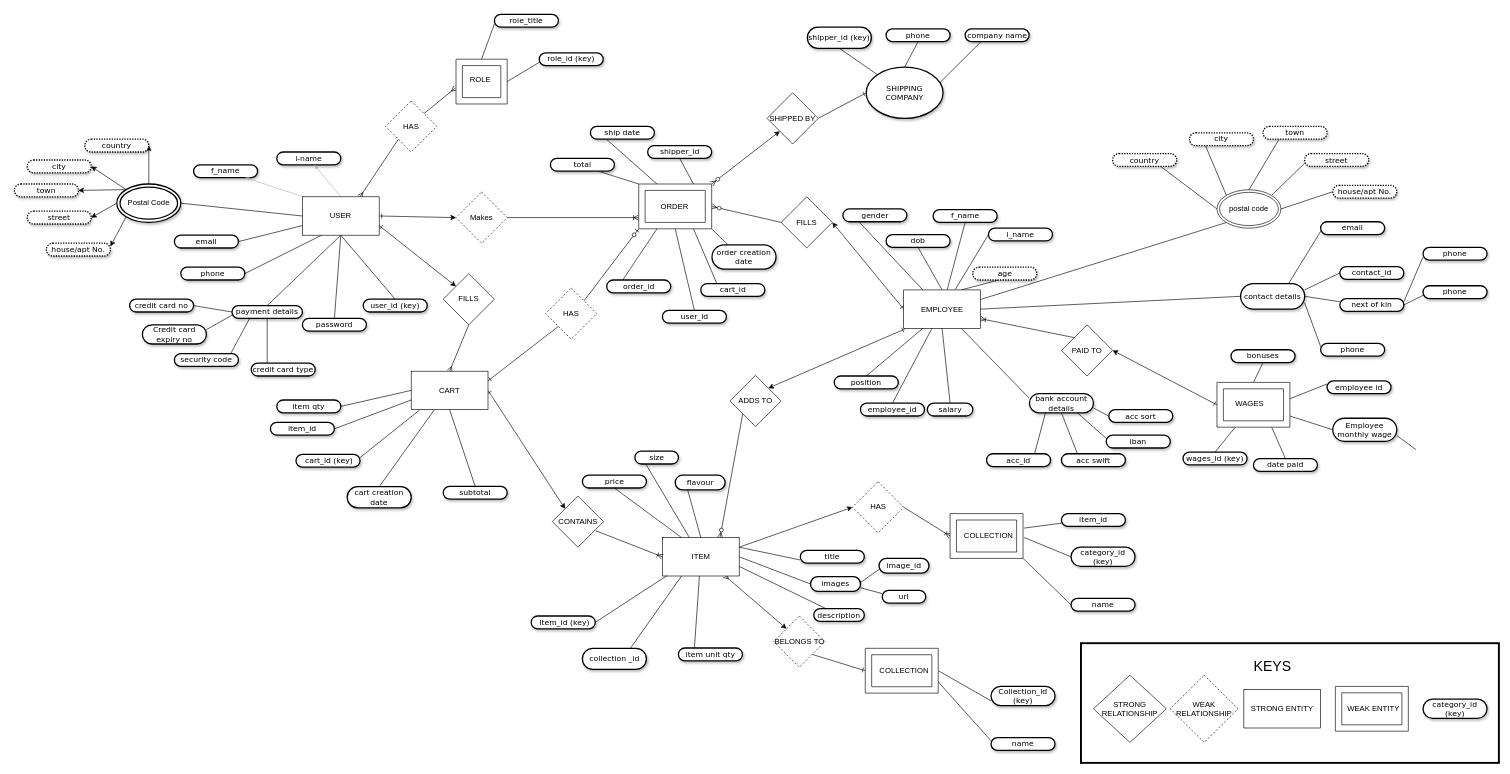
Before: Database.drawio in GearoidDC/Automate_the_Boring_Stuff_Examples, a draw.io diagram. Source tidied: cells renumbered, new cells numbered last; positions are measured from the earlier drawing's top-left corner, leaving out a move shared by most shapes. Both pictures are drawn from the tidied source at 64%, with x=0, y=0 at pixel (14, 14).
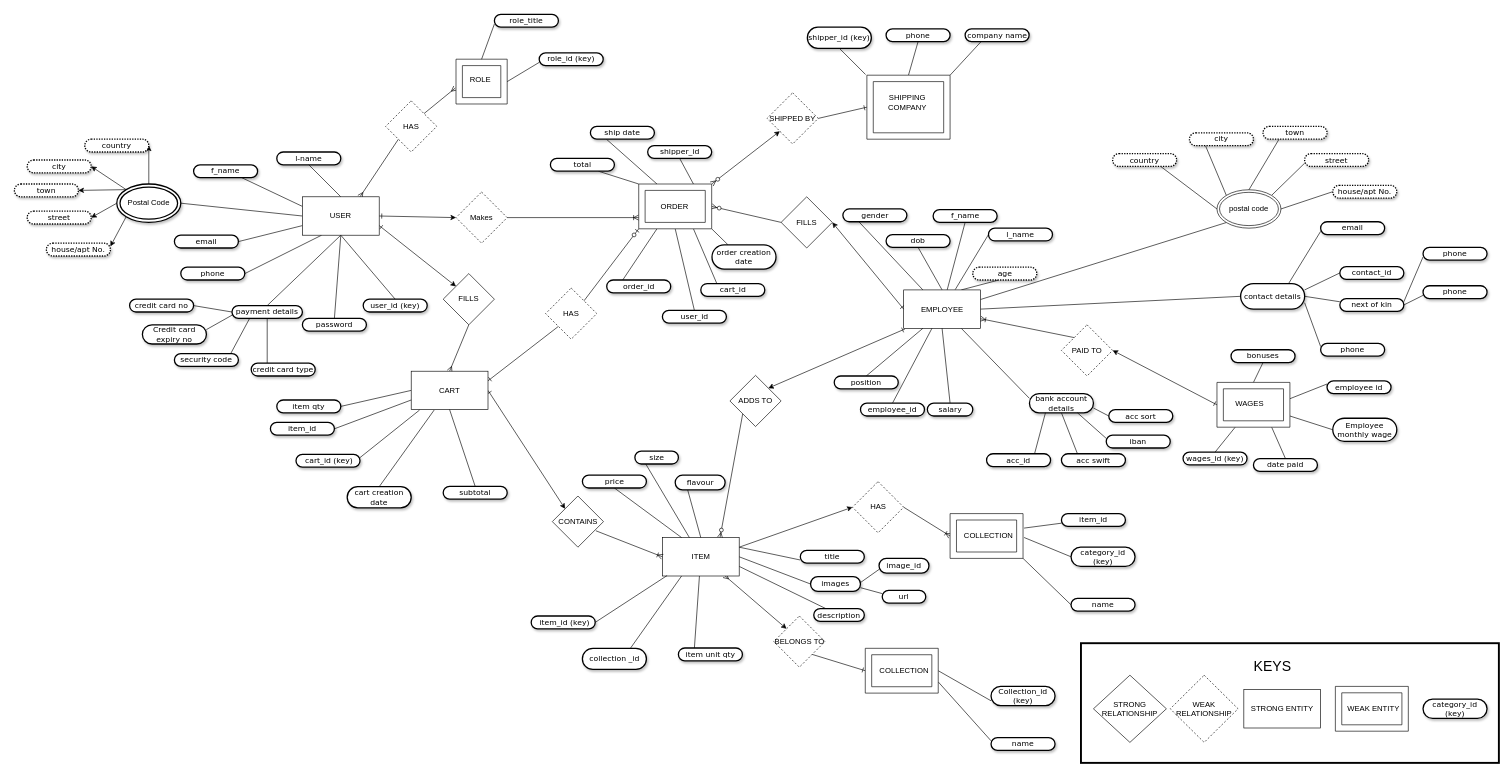
The same diagram, later.

Unchanged cells that the change refers to:
```xml
<mxCell id="2" value="&lt;span&gt;f_name&lt;/span&gt;" style="whiteSpace=wrap;html=1;rounded=1;shadow=1;comic=0;labelBackgroundColor=none;strokeColor=#000000;strokeWidth=2;fillColor=#FFFFFF;fontFamily=Verdana;fontSize=12;fontColor=#000000;align=center;arcSize=50;" parent="1" vertex="1">
  <mxGeometry x="280" y="235" width="100" height="20" as="geometry" />
</mxCell>
<mxCell id="4" value="&lt;span&gt;l-name&lt;/span&gt;" style="whiteSpace=wrap;html=1;rounded=1;shadow=1;comic=0;labelBackgroundColor=none;strokeColor=#000000;strokeWidth=2;fillColor=#FFFFFF;fontFamily=Verdana;fontSize=12;fontColor=#000000;align=center;arcSize=50;" parent="1" vertex="1">
  <mxGeometry x="410" y="215" width="100" height="20" as="geometry" />
</mxCell>
<mxCell id="35" value="USER" style="rounded=0;whiteSpace=wrap;html=1;" parent="1" vertex="1">
  <mxGeometry x="450" y="285" width="120" height="60" as="geometry" />
</mxCell>
<mxCell id="57" value="&lt;span&gt;phone&lt;/span&gt;" style="whiteSpace=wrap;html=1;rounded=1;shadow=1;comic=0;labelBackgroundColor=none;strokeColor=#000000;strokeWidth=2;fillColor=#FFFFFF;fontFamily=Verdana;fontSize=12;fontColor=#000000;align=center;arcSize=50;" parent="1" vertex="1">
  <mxGeometry x="1362" y="22.5" width="100" height="20" as="geometry" />
</mxCell>
<mxCell id="58" value="&lt;span&gt;shipper_id (key)&lt;/span&gt;" style="whiteSpace=wrap;html=1;rounded=1;shadow=1;comic=0;labelBackgroundColor=none;strokeColor=#000000;strokeWidth=2;fillColor=#FFFFFF;fontFamily=Verdana;fontSize=12;fontColor=#000000;align=center;arcSize=50;" parent="1" vertex="1">
  <mxGeometry x="1239" y="20" width="100" height="33" as="geometry" />
</mxCell>
<mxCell id="60" value="&lt;span&gt;company name&lt;/span&gt;" style="whiteSpace=wrap;html=1;rounded=1;shadow=1;comic=0;labelBackgroundColor=none;strokeColor=#000000;strokeWidth=2;fillColor=#FFFFFF;fontFamily=Verdana;fontSize=12;fontColor=#000000;align=center;arcSize=50;" parent="1" vertex="1">
  <mxGeometry x="1485.5" y="22.5" width="100" height="20" as="geometry" />
</mxCell>
<mxCell id="106" value="&lt;span&gt;Employee monthly wage&lt;/span&gt;" style="whiteSpace=wrap;html=1;rounded=1;shadow=1;comic=0;labelBackgroundColor=none;strokeColor=#000000;strokeWidth=2;fillColor=#FFFFFF;fontFamily=Verdana;fontSize=12;fontColor=#000000;align=center;arcSize=50;" parent="1" vertex="1">
  <mxGeometry x="2060" y="631" width="100" height="36" as="geometry" />
</mxCell>
```

What changed in the source:
```diff
@@
-    <mxCell id="19" style="edgeStyle=none;rounded=1;html=1;labelBackgroundColor=none;startArrow=none;startFill=0;startSize=5;endArrow=classicThin;endFill=1;endSize=5;jettySize=auto;strokeColor=#B3B3B3;strokeWidth=1;fontFamily=Verdana;fontSize=12;fontColor=#000000;exitX=0.5;exitY=0;exitDx=0;exitDy=0;" parent="1" edge="1" source="35" target="4">
-      <mxGeometry relative="1" as="geometry" />
-    </mxCell>
-    <mxCell id="20" style="edgeStyle=none;rounded=1;html=1;labelBackgroundColor=none;startArrow=none;startFill=0;startSize=5;endArrow=classicThin;endFill=1;endSize=5;jettySize=auto;strokeColor=#B3B3B3;strokeWidth=1;fontFamily=Verdana;fontSize=12;fontColor=#000000;exitX=0.003;exitY=-0.006;exitDx=0;exitDy=0;exitPerimeter=0;" parent="1" edge="1" source="35" target="2">
-      <mxGeometry relative="1" as="geometry" />
-    </mxCell>
@@
+    <mxCell id="20" style="edgeStyle=none;rounded=0;jettySize=auto;html=1;exitX=0;exitY=0.25;exitDx=0;exitDy=0;entryX=0.75;entryY=1;entryDx=0;entryDy=0;startArrow=none;startFill=0;endArrow=none;endFill=0;" parent="1" edge="1" source="35" target="2">
+      <mxGeometry relative="1" as="geometry" />
+    </mxCell>
+    <mxCell id="19" style="edgeStyle=none;rounded=0;jettySize=auto;html=1;exitX=0.5;exitY=0;exitDx=0;exitDy=0;entryX=0.5;entryY=1;entryDx=0;entryDy=0;startArrow=none;startFill=0;endArrow=none;endFill=0;" parent="1" edge="1" source="35" target="4">
+      <mxGeometry relative="1" as="geometry" />
+    </mxCell>
@@
-    <mxCell id="54" style="edgeStyle=none;rounded=0;jettySize=auto;html=1;exitX=0;exitY=0;exitDx=0;exitDy=0;entryX=0.5;entryY=1;entryDx=0;entryDy=0;startArrow=none;startFill=0;endArrow=none;endFill=0;" parent="1" edge="1" source="56" target="58">
-      <mxGeometry relative="1" as="geometry" />
+    <mxCell id="54" style="edgeStyle=none;rounded=0;jettySize=auto;html=1;entryX=0.5;entryY=1;entryDx=0;entryDy=0;startArrow=none;startFill=0;endArrow=none;endFill=0;" parent="1" edge="1" target="58">
+      <mxGeometry relative="1" as="geometry">
+        <mxPoint x="1330" y="94" as="sourcePoint" />
+      </mxGeometry>
     </mxCell>
-    <mxCell id="55" style="edgeStyle=none;rounded=0;jettySize=auto;html=1;exitX=0.5;exitY=0;exitDx=0;exitDy=0;entryX=0.5;entryY=1;entryDx=0;entryDy=0;startArrow=none;startFill=0;endArrow=none;endFill=0;" parent="1" edge="1" source="56" target="57">
+    <mxCell id="55" style="edgeStyle=none;rounded=0;jettySize=auto;html=1;exitX=0.5;exitY=0;exitDx=0;exitDy=0;entryX=0.5;entryY=1;entryDx=0;entryDy=0;startArrow=none;startFill=0;endArrow=none;endFill=0;exitPerimeter=0;" parent="1" edge="1" source="221" target="57">
       <mxGeometry relative="1" as="geometry" />
     </mxCell>
-    <mxCell id="56" value="SHIPPING COMPANY" style="ellipse;whiteSpace=wrap;html=1;rounded=1;shadow=1;comic=0;labelBackgroundColor=none;strokeColor=#000000;strokeWidth=2;fillColor=#FFFFFF;fontFamily=Verdana;fontSize=12;fontColor=#000000;align=center;" parent="1" vertex="1">
-      <mxGeometry x="1331" y="82.5" width="120" height="80" as="geometry" />
-    </mxCell>
@@
-    <mxCell id="59" style="edgeStyle=none;rounded=0;jettySize=auto;html=1;exitX=0.25;exitY=1;exitDx=0;exitDy=0;entryX=0.965;entryY=0.291;entryDx=0;entryDy=0;entryPerimeter=0;startArrow=none;startFill=0;endArrow=none;endFill=0;" parent="1" edge="1" source="60" target="56">
+    <mxCell id="59" style="edgeStyle=none;rounded=0;jettySize=auto;html=1;exitX=0.25;exitY=1;exitDx=0;exitDy=0;entryX=1;entryY=0;entryDx=0;entryDy=0;entryPerimeter=0;startArrow=none;startFill=0;endArrow=none;endFill=0;" parent="1" edge="1" source="60" target="221">
       <mxGeometry relative="1" as="geometry" />
     </mxCell>
@@
-    <mxCell id="61" style="edgeStyle=none;rounded=0;jettySize=auto;html=1;exitX=1;exitY=0.5;exitDx=0;exitDy=0;entryX=0;entryY=0.5;entryDx=0;entryDy=0;startArrow=none;startFill=0;endArrow=ERone;endFill=0;" parent="1" edge="1" source="62" target="56">
+    <mxCell id="61" style="edgeStyle=none;rounded=0;jettySize=auto;html=1;exitX=1;exitY=0.5;exitDx=0;exitDy=0;entryX=0;entryY=0.5;entryDx=0;entryDy=0;startArrow=none;startFill=0;endArrow=ERone;endFill=0;entryPerimeter=0;" parent="1" edge="1" source="62" target="221">
       <mxGeometry relative="1" as="geometry" />
     </mxCell>
-    <mxCell id="62" value="SHIPPED BY" style="rhombus;whiteSpace=wrap;html=1;" parent="1" vertex="1">
+    <mxCell id="62" value="SHIPPED BY" style="rhombus;whiteSpace=wrap;html=1;dashed=1;" parent="1" vertex="1">
       <mxGeometry x="1176" y="122.5" width="80" height="80" as="geometry" />
     </mxCell>
@@
-    <mxCell id="97" value="PAID TO" style="rhombus;whiteSpace=wrap;html=1;" parent="1" vertex="1">
+    <mxCell id="97" value="PAID TO" style="rhombus;whiteSpace=wrap;html=1;dashed=1;" parent="1" vertex="1">
       <mxGeometry x="1636" y="485" width="80" height="80" as="geometry" />
     </mxCell>
@@
-    <mxCell id="105" style="edgeStyle=none;rounded=0;jettySize=auto;html=1;exitX=1;exitY=0.75;exitDx=0;exitDy=0;startArrow=none;startFill=0;endArrow=none;endFill=0;" parent="1" edge="1" source="106">
-      <mxGeometry relative="1" as="geometry">
-        <mxPoint x="2190" y="680" as="targetPoint" />
-      </mxGeometry>
-    </mxCell>
@@
+    <mxCell id="221" style="verticalLabelPosition=bottom;verticalAlign=top;html=1;shape=mxgraph.basic.frame;dx=10;" parent="1" vertex="1">
+      <mxGeometry x="1332" y="95" width="130" height="100" as="geometry" />
+    </mxCell>
+    <mxCell id="56" value="SHIPPING&lt;br&gt;COMPANY" style="text;html=1;strokeColor=none;fillColor=none;align=center;verticalAlign=middle;whiteSpace=wrap;rounded=0;dashed=1;" parent="1" vertex="1">
+      <mxGeometry x="1361" y="120" width="69" height="35" as="geometry" />
+    </mxCell>
```
